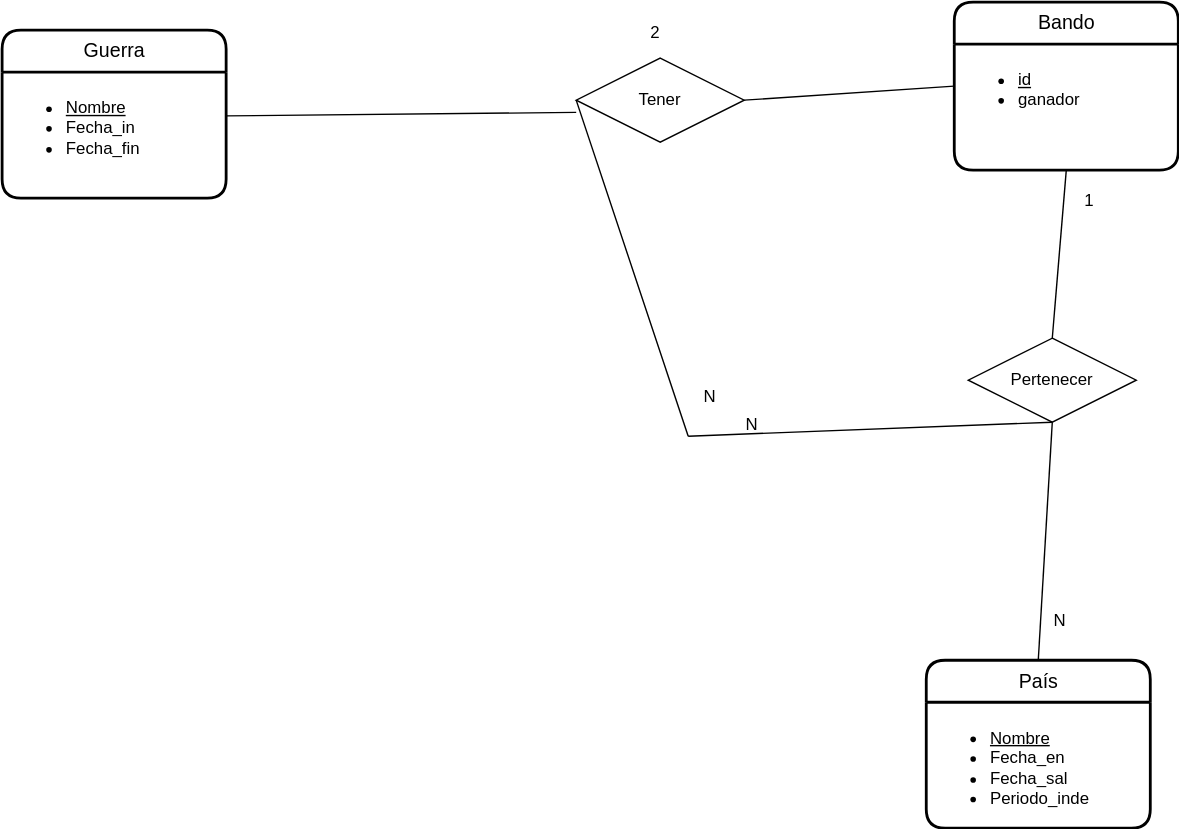
Earlier version of the draw.io export UD12-4.svg (Jimxx22/C3-UD11-UML). Source tidied: cells renumbered, new cells last; positions are measured from the earlier drawing's top-left corner, leaving out a move shared by most shapes.
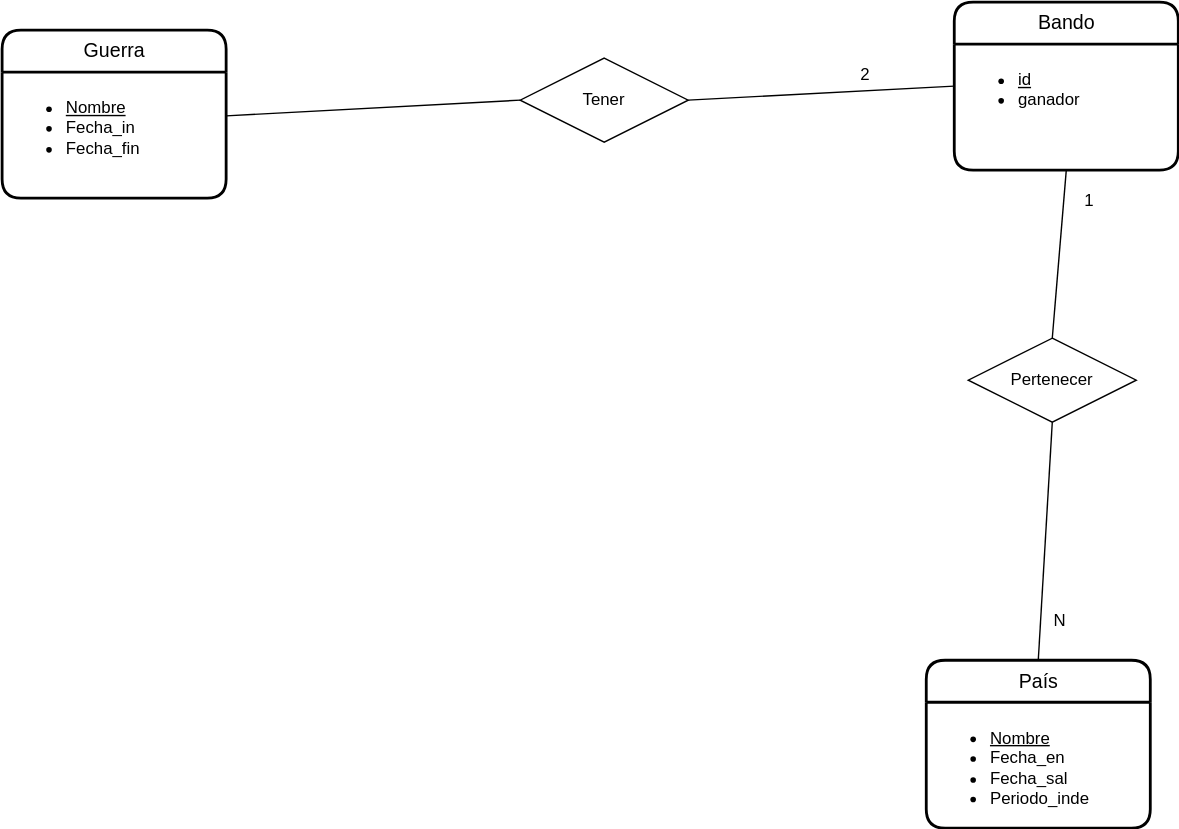
The same file after the commit.

Change to the diagram source:
```diff
@@ -9,7 +9,7 @@
       <mxGeometry y="30" width="160" height="90" as="geometry" />
     </mxCell>
     <mxCell id="4" value="Tener" style="shape=rhombus;perimeter=rhombusPerimeter;whiteSpace=wrap;html=1;align=center;" parent="1" vertex="1">
-      <mxGeometry x="410" y="40" width="120" height="60" as="geometry" />
+      <mxGeometry x="370" y="40" width="120" height="60" as="geometry" />
     </mxCell>
     <mxCell id="5" value="Bando" style="swimlane;horizontal=1;startSize=30;rounded=1;fontSize=14;fontStyle=0;strokeWidth=2;shadow=0;dashed=0;align=center;glass=0;fillColor=default;html=1;" parent="1" vertex="1">
       <mxGeometry x="680" width="160" height="120" as="geometry" />
@@ -23,25 +23,22 @@
     <mxCell id="8" value="&lt;ul&gt;&lt;li&gt;&lt;u&gt;Nombre&lt;/u&gt;&lt;/li&gt;&lt;li&gt;&lt;span style=&quot;background-color: initial;&quot;&gt;Fecha_en&lt;/span&gt;&lt;br&gt;&lt;/li&gt;&lt;li&gt;&lt;span style=&quot;background-color: initial;&quot;&gt;Fecha_sal&lt;/span&gt;&lt;/li&gt;&lt;li&gt;&lt;span style=&quot;background-color: initial;&quot;&gt;Periodo_inde&lt;/span&gt;&lt;/li&gt;&lt;/ul&gt;" style="align=left;strokeColor=none;fillColor=none;spacingLeft=4;fontSize=12;verticalAlign=top;rounded=0;glass=0;html=1;" parent="7" vertex="1">
       <mxGeometry y="30" width="160" height="90" as="geometry" />
     </mxCell>
-    <mxCell id="9" style="endArrow=none;html=1;rounded=0;exitX=0;exitY=0.5;exitDx=0;exitDy=0;entryX=1;entryY=0.25;entryDx=0;entryDy=0;" parent="1" edge="1" source="4">
-      <mxGeometry relative="1" as="geometry">
-        <mxPoint x="490" y="310" as="targetPoint" />
-      </mxGeometry>
+    <mxCell id="9" style="endArrow=none;html=1;rounded=0;exitX=0;exitY=0.5;exitDx=0;exitDy=0;entryX=1;entryY=0.25;entryDx=0;entryDy=0;" parent="1" edge="1" source="4" target="x">
+      <mxGeometry relative="1" as="geometry" />
     </mxCell>
     <mxCell id="10" value="N" style="html=1;align=right;verticalAlign=bottom;" parent="9" vertex="1">
       <mxGeometry x="1" relative="1" as="geometry">
         <mxPoint x="50" as="offset" />
       </mxGeometry>
     </mxCell>
-    <mxCell id="11" style="endArrow=none;html=1;rounded=0;exitX=0;exitY=0.5;exitDx=0;exitDy=0;entryX=1;entryY=0.25;entryDx=0;entryDy=0;" parent="1" edge="1">
+    <mxCell id="11" style="endArrow=none;html=1;rounded=0;exitX=0;exitY=0.5;exitDx=0;exitDy=0;entryX=1;entryY=0.25;entryDx=0;entryDy=0;" parent="1" edge="1" source="4">
       <mxGeometry relative="1" as="geometry">
-        <mxPoint x="410" y="78.8" as="sourcePoint" />
         <mxPoint x="160" y="81.2" as="targetPoint" />
       </mxGeometry>
     </mxCell>
     <mxCell id="12" value="2" style="html=1;align=right;verticalAlign=bottom;" parent="11" vertex="1">
       <mxGeometry x="1" relative="1" as="geometry">
-        <mxPoint x="310" y="-51" as="offset" />
+        <mxPoint x="460" y="-21" as="offset" />
       </mxGeometry>
     </mxCell>
     <mxCell id="13" value="Pertenecer" style="shape=rhombus;perimeter=rhombusPerimeter;whiteSpace=wrap;html=1;align=center;" parent="1" vertex="1">
@@ -50,10 +47,8 @@
     <mxCell id="14" style="endArrow=none;html=1;rounded=0;exitX=1;exitY=0.5;exitDx=0;exitDy=0;entryX=0;entryY=0.5;entryDx=0;entryDy=0;" parent="1" edge="1" source="4" target="5">
       <mxGeometry relative="1" as="geometry" />
     </mxCell>
-    <mxCell id="15" style="endArrow=none;html=1;rounded=0;entryX=0.5;entryY=0;entryDx=0;entryDy=0;exitX=0.5;exitY=1;exitDx=0;exitDy=0;" parent="1" edge="1" source="13">
-      <mxGeometry relative="1" as="geometry">
-        <mxPoint x="490" y="310" as="targetPoint" />
-      </mxGeometry>
+    <mxCell id="15" style="endArrow=none;html=1;rounded=0;entryX=0.5;entryY=0;entryDx=0;entryDy=0;exitX=0.5;exitY=1;exitDx=0;exitDy=0;" parent="1" edge="1" source="13" target="x">
+      <mxGeometry relative="1" as="geometry" />
     </mxCell>
     <mxCell id="16" value="N" style="html=1;align=right;verticalAlign=bottom;" parent="15" vertex="1">
       <mxGeometry x="1" relative="1" as="geometry">
```
